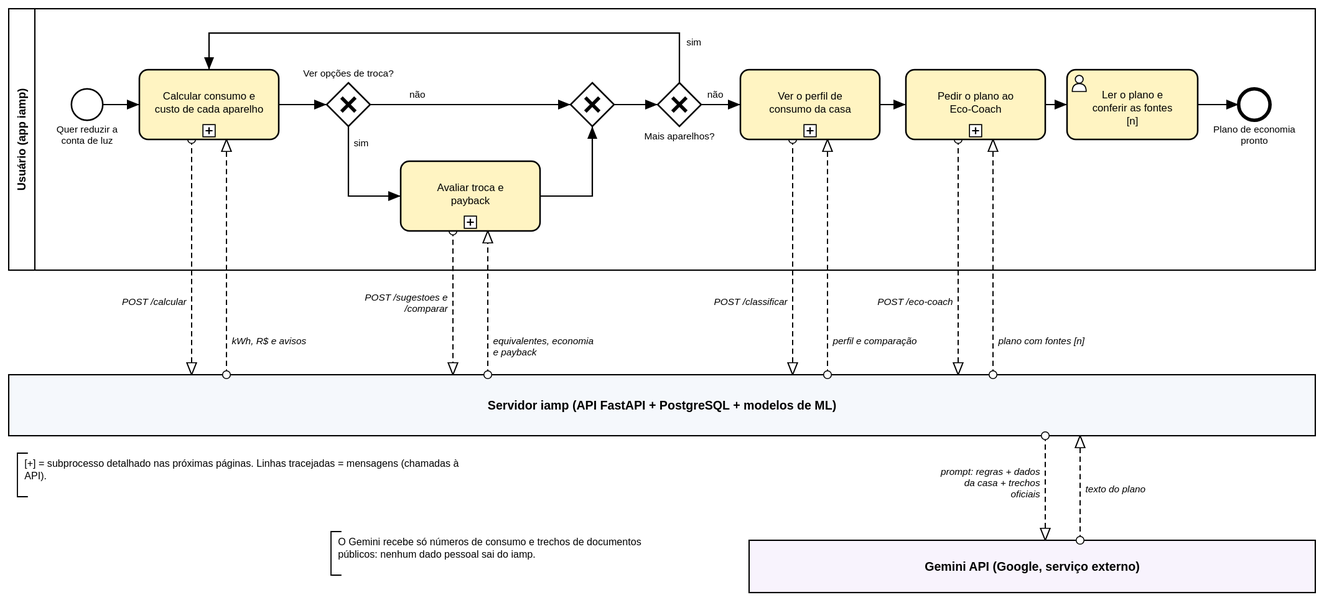
This is docs/bpmn/0_visao_geral.svg from BrunoStainski/ProjetoTCS-2026, a BPMN export, as it was before one commit. Its source is kept beside it as docs/bpmn/0_visao_geral.bpmn. Ids are renumbered.
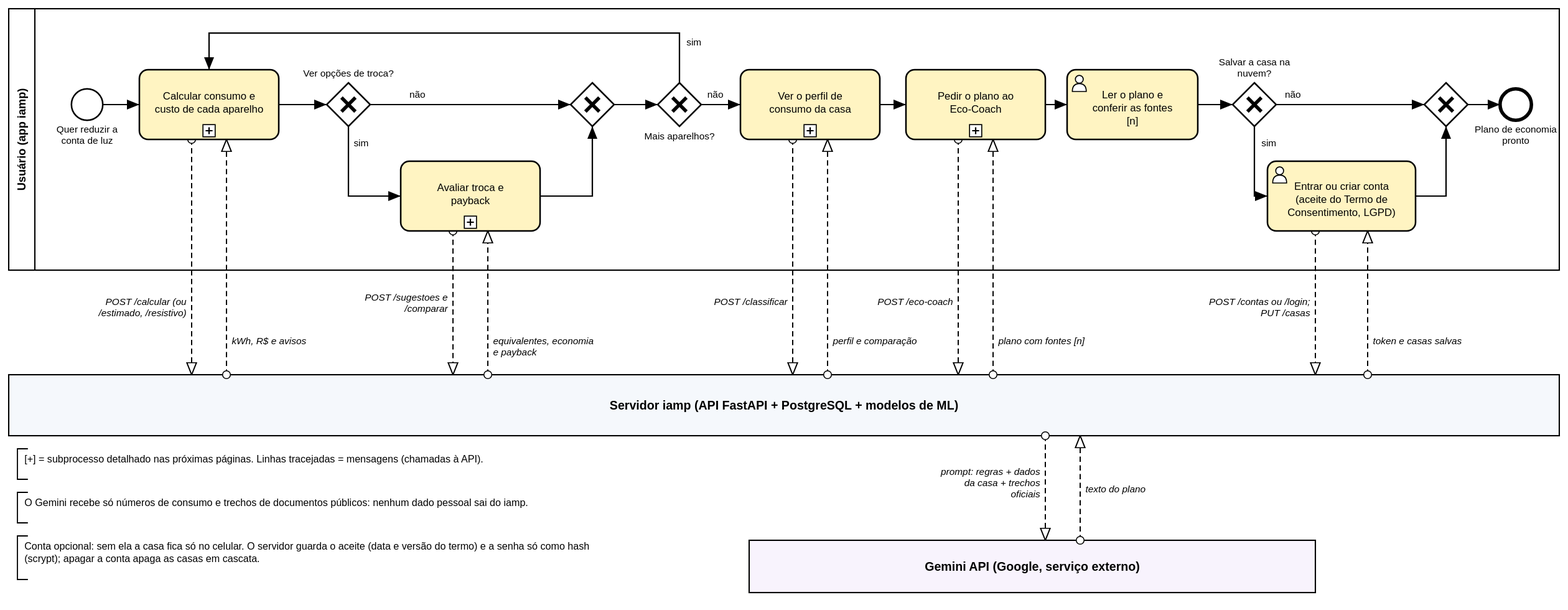
Above is the later version.

Commit message:
Atualiza o BPMN com a conta opcional e deixa o DER mais legível

What changed in the source:
```diff
@@ -3,7 +3,7 @@
     <bpmn:participant id="P_App" name="Usuário (app iamp)" processRef="Proc_P_App" />
     <bpmn:participant id="P_Srv" name="Servidor iamp (API FastAPI + PostgreSQL + modelos de ML)" />
     <bpmn:participant id="P_Gem" name="Gemini API (Google, serviço externo)" />
-    <bpmn:messageFlow id="M_calc_P_Srv_220" name="POST /calcular" sourceRef="calc" targetRef="P_Srv" />
+    <bpmn:messageFlow id="M_calc_P_Srv_220" name="POST /calcular (ou /estimado, /resistivo)" sourceRef="calc" targetRef="P_Srv" />
     <bpmn:messageFlow id="M_P_Srv_calc_260" name="kWh, R$ e avisos" sourceRef="P_Srv" targetRef="calc" />
     <bpmn:messageFlow id="M_troca_P_Srv_520" name="POST /sugestoes e /comparar" sourceRef="troca" targetRef="P_Srv" />
     <bpmn:messageFlow id="M_P_Srv_troca_560" name="equivalentes, economia e payback" sourceRef="P_Srv" targetRef="troca" />
@@ -13,8 +13,11 @@
     <bpmn:messageFlow id="M_P_Srv_eco_1140" name="plano com fontes [n]" sourceRef="P_Srv" targetRef="eco" />
     <bpmn:messageFlow id="M_P_Srv_P_Gem_1200" name="prompt: regras + dados da casa + trechos oficiais" sourceRef="P_Srv" targetRef="P_Gem" />
     <bpmn:messageFlow id="M_P_Gem_P_Srv_1240" name="texto do plano" sourceRef="P_Gem" targetRef="P_Srv" />
+    <bpmn:messageFlow id="M_conta_P_Srv_1510" name="POST /contas ou /login; PUT /casas" sourceRef="conta" targetRef="P_Srv" />
+    <bpmn:messageFlow id="M_P_Srv_conta_1570" name="token e casas salvas" sourceRef="P_Srv" targetRef="conta" />
+    <bpmn:textAnnotation id="N_legenda"><bpmn:text>[+] = subprocesso detalhado nas próximas páginas. Linhas tracejadas = mensagens (chamadas à API).</bpmn:text></bpmn:textAnnotation>
     <bpmn:textAnnotation id="N_privacidade"><bpmn:text>O Gemini recebe só números de consumo e trechos de documentos públicos: nenhum dado pessoal sai do iamp.</bpmn:text></bpmn:textAnnotation>
-    <bpmn:textAnnotation id="N_legenda"><bpmn:text>[+] = subprocesso detalhado nas próximas páginas. Linhas tracejadas = mensagens (chamadas à API).</bpmn:text></bpmn:textAnnotation>
+    <bpmn:textAnnotation id="N_conta"><bpmn:text>Conta opcional: sem ela a casa fica só no celular. O servidor guarda o aceite (data e versão do termo) e a senha só como hash (scrypt); apagar a conta apaga as casas em cascata.</bpmn:text></bpmn:textAnnotation>
   </bpmn:collaboration>
   <bpmn:process id="Proc_P_App" isExecutable="false">
     <bpmn:startEvent id="ini" name="Quer reduzir a conta de luz"><bpmn:outgoing>F_ini_calc</bpmn:outgoing></bpmn:startEvent>
@@ -25,8 +28,11 @@
     <bpmn:exclusiveGateway id="g_mais" name="Mais aparelhos?"><bpmn:incoming>F_g_junta_g_mais</bpmn:incoming><bpmn:outgoing>F_g_mais_calc</bpmn:outgoing><bpmn:outgoing>F_g_mais_perfil</bpmn:outgoing></bpmn:exclusiveGateway>
     <bpmn:subProcess id="perfil" name="Ver o perfil de consumo da casa"><bpmn:incoming>F_g_mais_perfil</bpmn:incoming><bpmn:outgoing>F_perfil_eco</bpmn:outgoing></bpmn:subProcess>
     <bpmn:subProcess id="eco" name="Pedir o plano ao Eco-Coach"><bpmn:incoming>F_perfil_eco</bpmn:incoming><bpmn:outgoing>F_eco_ler</bpmn:outgoing></bpmn:subProcess>
-    <bpmn:userTask id="ler" name="Ler o plano e conferir as fontes [n]"><bpmn:incoming>F_eco_ler</bpmn:incoming><bpmn:outgoing>F_ler_fim</bpmn:outgoing></bpmn:userTask>
-    <bpmn:endEvent id="fim" name="Plano de economia pronto"><bpmn:incoming>F_ler_fim</bpmn:incoming></bpmn:endEvent>
+    <bpmn:userTask id="ler" name="Ler o plano e conferir as fontes [n]"><bpmn:incoming>F_eco_ler</bpmn:incoming><bpmn:outgoing>F_ler_g_salvar</bpmn:outgoing></bpmn:userTask>
+    <bpmn:exclusiveGateway id="g_salvar" name="Salvar a casa na nuvem?"><bpmn:incoming>F_ler_g_salvar</bpmn:incoming><bpmn:outgoing>F_g_salvar_conta</bpmn:outgoing><bpmn:outgoing>F_g_salvar_g_fim</bpmn:outgoing></bpmn:exclusiveGateway>
+    <bpmn:userTask id="conta" name="Entrar ou criar conta (aceite do Termo de Consentimento, LGPD)"><bpmn:incoming>F_g_salvar_conta</bpmn:incoming><bpmn:outgoing>F_conta_g_fim</bpmn:outgoing></bpmn:userTask>
+    <bpmn:exclusiveGateway id="g_fim"><bpmn:incoming>F_g_salvar_g_fim</bpmn:incoming><bpmn:incoming>F_conta_g_fim</bpmn:incoming><bpmn:outgoing>F_g_fim_fim</bpmn:outgoing></bpmn:exclusiveGateway>
+    <bpmn:endEvent id="fim" name="Plano de economia pronto"><bpmn:incoming>F_g_fim_fim</bpmn:incoming></bpmn:endEvent>
     <bpmn:sequenceFlow id="F_ini_calc" sourceRef="ini" targetRef="calc" />
     <bpmn:sequenceFlow id="F_calc_g_troca" sourceRef="calc" targetRef="g_troca" />
     <bpmn:sequenceFlow id="F_g_troca_troca" name="sim" sourceRef="g_troca" targetRef="troca" />
@@ -37,12 +43,16 @@
     <bpmn:sequenceFlow id="F_g_mais_perfil" name="não" sourceRef="g_mais" targetRef="perfil" />
     <bpmn:sequenceFlow id="F_perfil_eco" sourceRef="perfil" targetRef="eco" />
     <bpmn:sequenceFlow id="F_eco_ler" sourceRef="eco" targetRef="ler" />
-    <bpmn:sequenceFlow id="F_ler_fim" sourceRef="ler" targetRef="fim" />
+    <bpmn:sequenceFlow id="F_ler_g_salvar" sourceRef="ler" targetRef="g_salvar" />
+    <bpmn:sequenceFlow id="F_g_salvar_conta" name="sim" sourceRef="g_salvar" targetRef="conta" />
+    <bpmn:sequenceFlow id="F_g_salvar_g_fim" name="não" sourceRef="g_salvar" targetRef="g_fim" />
+    <bpmn:sequenceFlow id="F_conta_g_fim" sourceRef="conta" targetRef="g_fim" />
+    <bpmn:sequenceFlow id="F_g_fim_fim" sourceRef="g_fim" targetRef="fim" />
   </bpmn:process>
   <bpmndi:BPMNDiagram id="Diag_visao_geral">
     <bpmndi:BPMNPlane id="Plane_visao_geral" bpmnElement="Colab_visao_geral">
-      <bpmndi:BPMNShape id="S_P_App" bpmnElement="P_App" isHorizontal="true" color:background-color="#FFFFFF" color:border-color="#000000"><dc:Bounds x="10" y="10" width="1500" height="300" /></bpmndi:BPMNShape>
-      <bpmndi:BPMNShape id="S_P_Srv" bpmnElement="P_Srv" isHorizontal="true" color:background-color="#F5F8FC" color:border-color="#000000"><dc:Bounds x="10" y="430" width="1500" height="70" /></bpmndi:BPMNShape>
+      <bpmndi:BPMNShape id="S_P_App" bpmnElement="P_App" isHorizontal="true" color:background-color="#FFFFFF" color:border-color="#000000"><dc:Bounds x="10" y="10" width="1780" height="300" /></bpmndi:BPMNShape>
+      <bpmndi:BPMNShape id="S_P_Srv" bpmnElement="P_Srv" isHorizontal="true" color:background-color="#F5F8FC" color:border-color="#000000"><dc:Bounds x="10" y="430" width="1780" height="70" /></bpmndi:BPMNShape>
       <bpmndi:BPMNShape id="S_P_Gem" bpmnElement="P_Gem" isHorizontal="true" color:background-color="#F8F3FD" color:border-color="#000000"><dc:Bounds x="860" y="620" width="650" height="60" /></bpmndi:BPMNShape>
       <bpmndi:BPMNShape id="S_ini" bpmnElement="ini"><dc:Bounds x="82" y="102" width="36" height="36" /><bpmndi:BPMNLabel><dc:Bounds x="40" y="142" width="120" height="40" /></bpmndi:BPMNLabel></bpmndi:BPMNShape>
       <bpmndi:BPMNShape id="S_calc" bpmnElement="calc" isExpanded="false" color:background-color="#FFF4C2" color:border-color="#000000"><dc:Bounds x="160" y="80" width="160" height="80" /></bpmndi:BPMNShape>
@@ -53,9 +63,13 @@
       <bpmndi:BPMNShape id="S_perfil" bpmnElement="perfil" isExpanded="false" color:background-color="#FFF4C2" color:border-color="#000000"><dc:Bounds x="850" y="80" width="160" height="80" /></bpmndi:BPMNShape>
       <bpmndi:BPMNShape id="S_eco" bpmnElement="eco" isExpanded="false" color:background-color="#FFF4C2" color:border-color="#000000"><dc:Bounds x="1040" y="80" width="160" height="80" /></bpmndi:BPMNShape>
       <bpmndi:BPMNShape id="S_ler" bpmnElement="ler" color:background-color="#FFF4C2" color:border-color="#000000"><dc:Bounds x="1225" y="80" width="150" height="80" /></bpmndi:BPMNShape>
-      <bpmndi:BPMNShape id="S_fim" bpmnElement="fim"><dc:Bounds x="1422" y="102" width="36" height="36" /><bpmndi:BPMNLabel><dc:Bounds x="1380" y="142" width="120" height="40" /></bpmndi:BPMNLabel></bpmndi:BPMNShape>
-      <bpmndi:BPMNShape id="S_N_privacidade" bpmnElement="N_privacidade"><dc:Bounds x="380" y="610" width="400" height="50" /></bpmndi:BPMNShape>
-      <bpmndi:BPMNShape id="S_N_legenda" bpmnElement="N_legenda"><dc:Bounds x="20" y="520" width="560" height="50" /></bpmndi:BPMNShape>
+      <bpmndi:BPMNShape id="S_g_salvar" bpmnElement="g_salvar"><dc:Bounds x="1415" y="95" width="50" height="50" /><bpmndi:BPMNLabel><dc:Bounds x="1370" y="55" width="140" height="34" /></bpmndi:BPMNLabel></bpmndi:BPMNShape>
+      <bpmndi:BPMNShape id="S_conta" bpmnElement="conta" color:background-color="#FFF4C2" color:border-color="#000000"><dc:Bounds x="1455" y="185" width="170" height="80" /></bpmndi:BPMNShape>
+      <bpmndi:BPMNShape id="S_g_fim" bpmnElement="g_fim"><dc:Bounds x="1635" y="95" width="50" height="50" /></bpmndi:BPMNShape>
+      <bpmndi:BPMNShape id="S_fim" bpmnElement="fim"><dc:Bounds x="1722" y="102" width="36" height="36" /><bpmndi:BPMNLabel><dc:Bounds x="1680" y="142" width="120" height="40" /></bpmndi:BPMNLabel></bpmndi:BPMNShape>
+      <bpmndi:BPMNShape id="S_N_legenda" bpmnElement="N_legenda"><dc:Bounds x="20" y="515" width="820" height="35" /></bpmndi:BPMNShape>
+      <bpmndi:BPMNShape id="S_N_privacidade" bpmnElement="N_privacidade"><dc:Bounds x="20" y="565" width="820" height="35" /></bpmndi:BPMNShape>
+      <bpmndi:BPMNShape id="S_N_conta" bpmnElement="N_conta"><dc:Bounds x="20" y="615" width="820" height="50" /></bpmndi:BPMNShape>
       <bpmndi:BPMNEdge id="E_F_ini_calc" bpmnElement="F_ini_calc"><di:waypoint x="118" y="120" /><di:waypoint x="160" y="120" /></bpmndi:BPMNEdge>
       <bpmndi:BPMNEdge id="E_F_calc_g_troca" bpmnElement="F_calc_g_troca"><di:waypoint x="320" y="120" /><di:waypoint x="375" y="120" /></bpmndi:BPMNEdge>
       <bpmndi:BPMNEdge id="E_F_g_troca_troca" bpmnElement="F_g_troca_troca"><di:waypoint x="400" y="145" /><di:waypoint x="400" y="225" /><di:waypoint x="460" y="225" /><bpmndi:BPMNLabel><dc:Bounds x="406" y="156" width="30" height="16" /></bpmndi:BPMNLabel></bpmndi:BPMNEdge>
@@ -66,7 +80,11 @@
       <bpmndi:BPMNEdge id="E_F_g_mais_perfil" bpmnElement="F_g_mais_perfil"><di:waypoint x="805" y="120" /><di:waypoint x="850" y="120" /><bpmndi:BPMNLabel><dc:Bounds x="812" y="100" width="30" height="16" /></bpmndi:BPMNLabel></bpmndi:BPMNEdge>
       <bpmndi:BPMNEdge id="E_F_perfil_eco" bpmnElement="F_perfil_eco"><di:waypoint x="1010" y="120" /><di:waypoint x="1040" y="120" /></bpmndi:BPMNEdge>
       <bpmndi:BPMNEdge id="E_F_eco_ler" bpmnElement="F_eco_ler"><di:waypoint x="1200" y="120" /><di:waypoint x="1225" y="120" /></bpmndi:BPMNEdge>
-      <bpmndi:BPMNEdge id="E_F_ler_fim" bpmnElement="F_ler_fim"><di:waypoint x="1375" y="120" /><di:waypoint x="1422" y="120" /></bpmndi:BPMNEdge>
+      <bpmndi:BPMNEdge id="E_F_ler_g_salvar" bpmnElement="F_ler_g_salvar"><di:waypoint x="1375" y="120" /><di:waypoint x="1415" y="120" /></bpmndi:BPMNEdge>
+      <bpmndi:BPMNEdge id="E_F_g_salvar_conta" bpmnElement="F_g_salvar_conta"><di:waypoint x="1440" y="145" /><di:waypoint x="1440" y="225" /><di:waypoint x="1455" y="225" /><bpmndi:BPMNLabel><dc:Bounds x="1448" y="156" width="30" height="16" /></bpmndi:BPMNLabel></bpmndi:BPMNEdge>
+      <bpmndi:BPMNEdge id="E_F_g_salvar_g_fim" bpmnElement="F_g_salvar_g_fim"><di:waypoint x="1465" y="120" /><di:waypoint x="1635" y="120" /><bpmndi:BPMNLabel><dc:Bounds x="1475" y="100" width="30" height="16" /></bpmndi:BPMNLabel></bpmndi:BPMNEdge>
+      <bpmndi:BPMNEdge id="E_F_conta_g_fim" bpmnElement="F_conta_g_fim"><di:waypoint x="1625" y="225" /><di:waypoint x="1660" y="225" /><di:waypoint x="1660" y="145" /></bpmndi:BPMNEdge>
+      <bpmndi:BPMNEdge id="E_F_g_fim_fim" bpmnElement="F_g_fim_fim"><di:waypoint x="1685" y="120" /><di:waypoint x="1722" y="120" /></bpmndi:BPMNEdge>
       <bpmndi:BPMNEdge id="E_M_calc_P_Srv_220" bpmnElement="M_calc_P_Srv_220"><di:waypoint x="220" y="160" /><di:waypoint x="220" y="430" /><bpmndi:BPMNLabel><dc:Bounds x="84" y="338" width="130" height="30" /></bpmndi:BPMNLabel></bpmndi:BPMNEdge>
       <bpmndi:BPMNEdge id="E_M_P_Srv_calc_260" bpmnElement="M_P_Srv_calc_260"><di:waypoint x="260" y="430" /><di:waypoint x="260" y="160" /><bpmndi:BPMNLabel><dc:Bounds x="266" y="383" width="130" height="30" /></bpmndi:BPMNLabel></bpmndi:BPMNEdge>
       <bpmndi:BPMNEdge id="E_M_troca_P_Srv_520" bpmnElement="M_troca_P_Srv_520"><di:waypoint x="520" y="265" /><di:waypoint x="520" y="430" /><bpmndi:BPMNLabel><dc:Bounds x="384" y="333" width="130" height="30" /></bpmndi:BPMNLabel></bpmndi:BPMNEdge>
@@ -77,6 +95,8 @@
       <bpmndi:BPMNEdge id="E_M_P_Srv_eco_1140" bpmnElement="M_P_Srv_eco_1140"><di:waypoint x="1140" y="430" /><di:waypoint x="1140" y="160" /><bpmndi:BPMNLabel><dc:Bounds x="1146" y="383" width="130" height="30" /></bpmndi:BPMNLabel></bpmndi:BPMNEdge>
       <bpmndi:BPMNEdge id="E_M_P_Srv_P_Gem_1200" bpmnElement="M_P_Srv_P_Gem_1200"><di:waypoint x="1200" y="500" /><di:waypoint x="1200" y="620" /><bpmndi:BPMNLabel><dc:Bounds x="1064" y="533" width="130" height="30" /></bpmndi:BPMNLabel></bpmndi:BPMNEdge>
       <bpmndi:BPMNEdge id="E_M_P_Gem_P_Srv_1240" bpmnElement="M_P_Gem_P_Srv_1240"><di:waypoint x="1240" y="620" /><di:waypoint x="1240" y="500" /><bpmndi:BPMNLabel><dc:Bounds x="1246" y="553" width="130" height="30" /></bpmndi:BPMNLabel></bpmndi:BPMNEdge>
+      <bpmndi:BPMNEdge id="E_M_conta_P_Srv_1510" bpmnElement="M_conta_P_Srv_1510"><di:waypoint x="1510" y="265" /><di:waypoint x="1510" y="430" /><bpmndi:BPMNLabel><dc:Bounds x="1374" y="338" width="130" height="30" /></bpmndi:BPMNLabel></bpmndi:BPMNEdge>
+      <bpmndi:BPMNEdge id="E_M_P_Srv_conta_1570" bpmnElement="M_P_Srv_conta_1570"><di:waypoint x="1570" y="430" /><di:waypoint x="1570" y="265" /><bpmndi:BPMNLabel><dc:Bounds x="1576" y="383" width="130" height="30" /></bpmndi:BPMNLabel></bpmndi:BPMNEdge>
     </bpmndi:BPMNPlane>
   </bpmndi:BPMNDiagram>
 </bpmn:definitions>
```
